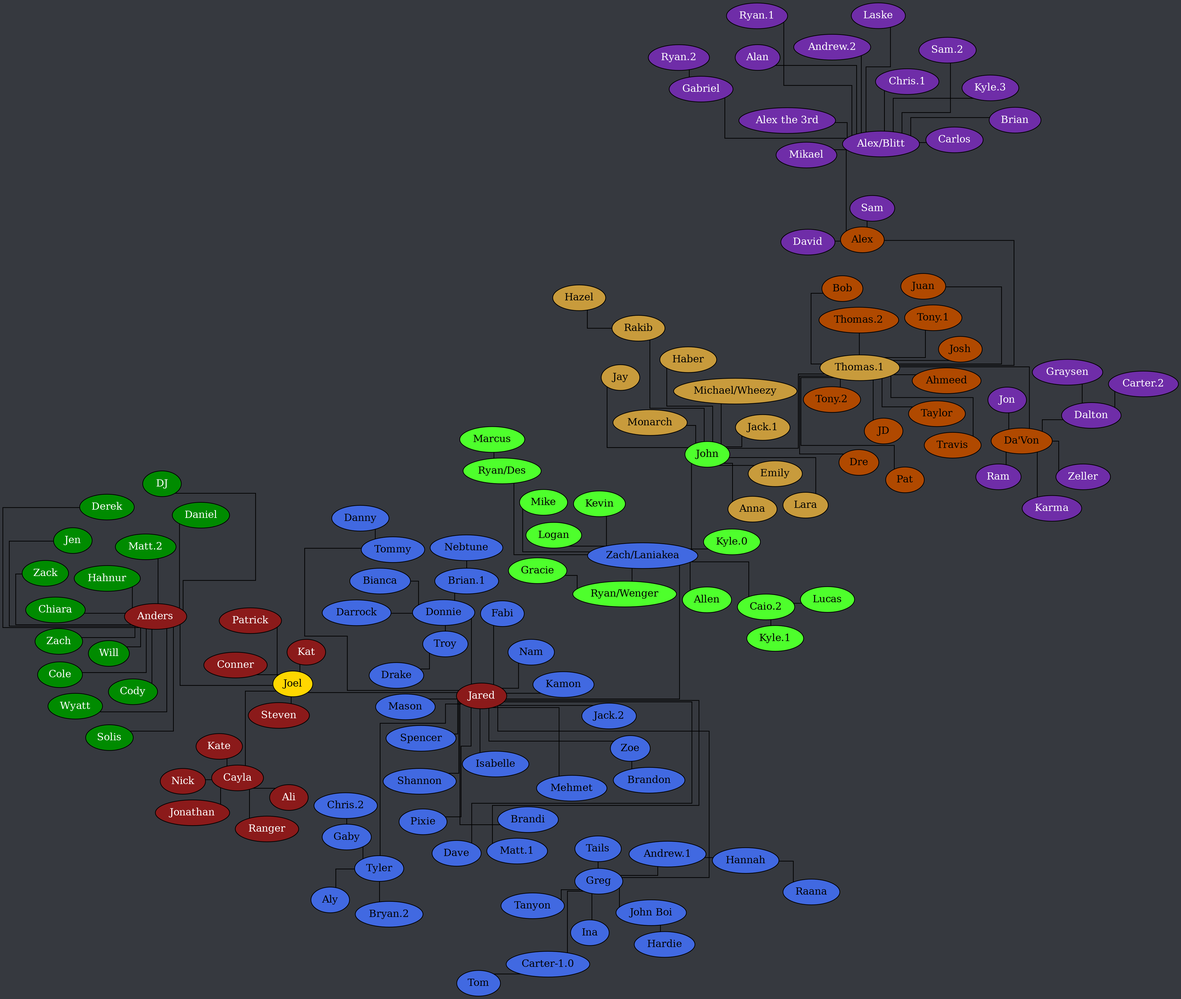
Documidas/CoronaCatzFamilyTree keeps this Graphviz diagram as tree.png. Above is the earlier version. Its source is kept beside it as tree.dot.
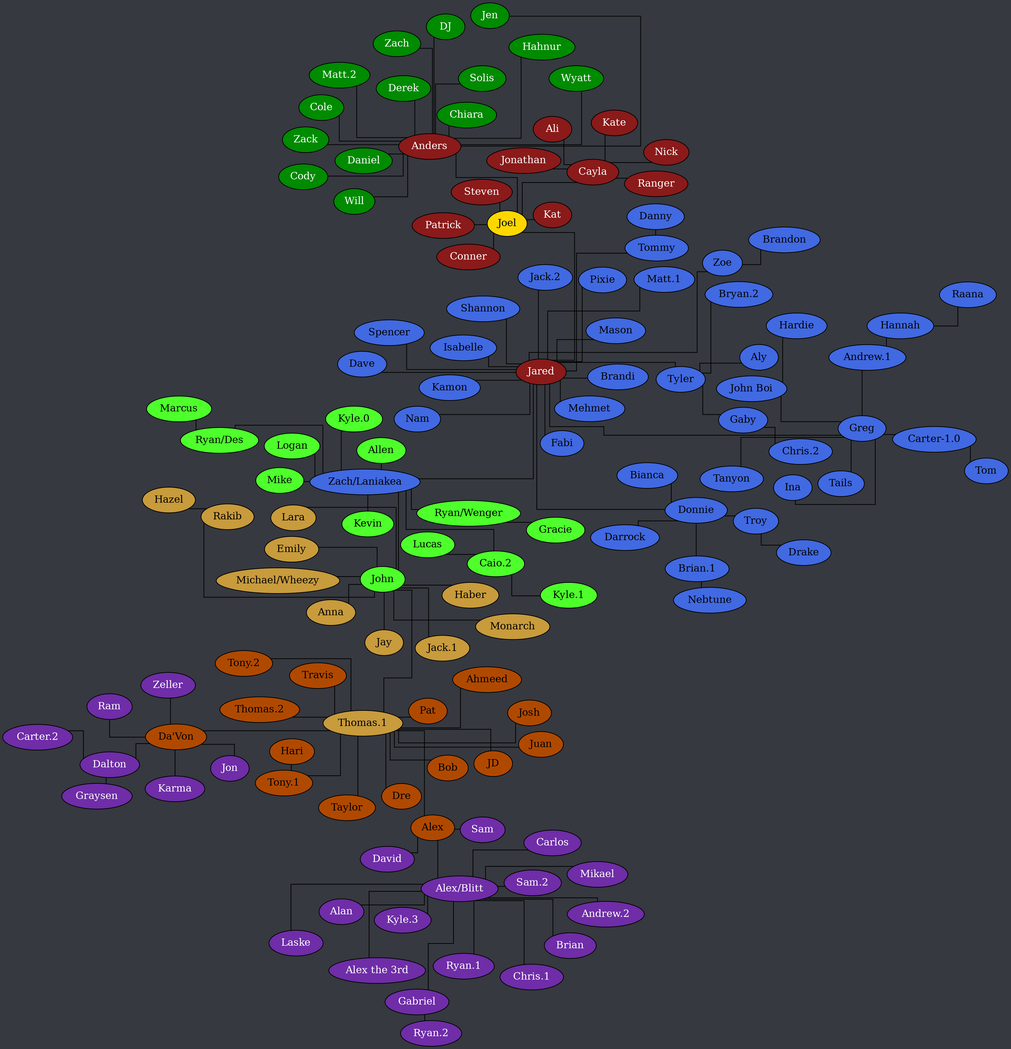
The same diagram one commit later.

What changed in the source:
```diff
@@ -150,6 +150,7 @@
 		"Thomas.1" -- "Tony.1";
 		"Thomas.1" -- "Tony.2";
 		"Thomas.1" -- Travis;
+		"Tony.1" -- Hari;
 	}
 
 	subgraph "Alex" {
```
